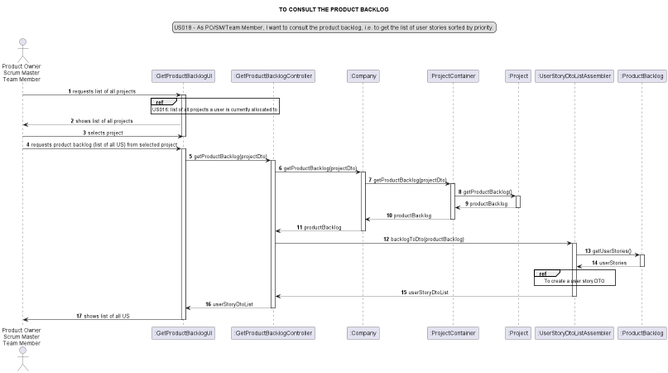
Loracline/project_switch_22-23 keeps this PlantUML diagram as docs/modelling_design/user_stories/sprint03/us018/US018_sequenceDiagram-TO_CONSULT_THE_PRODUCT_BACKLOG.png. Above is the earlier version.
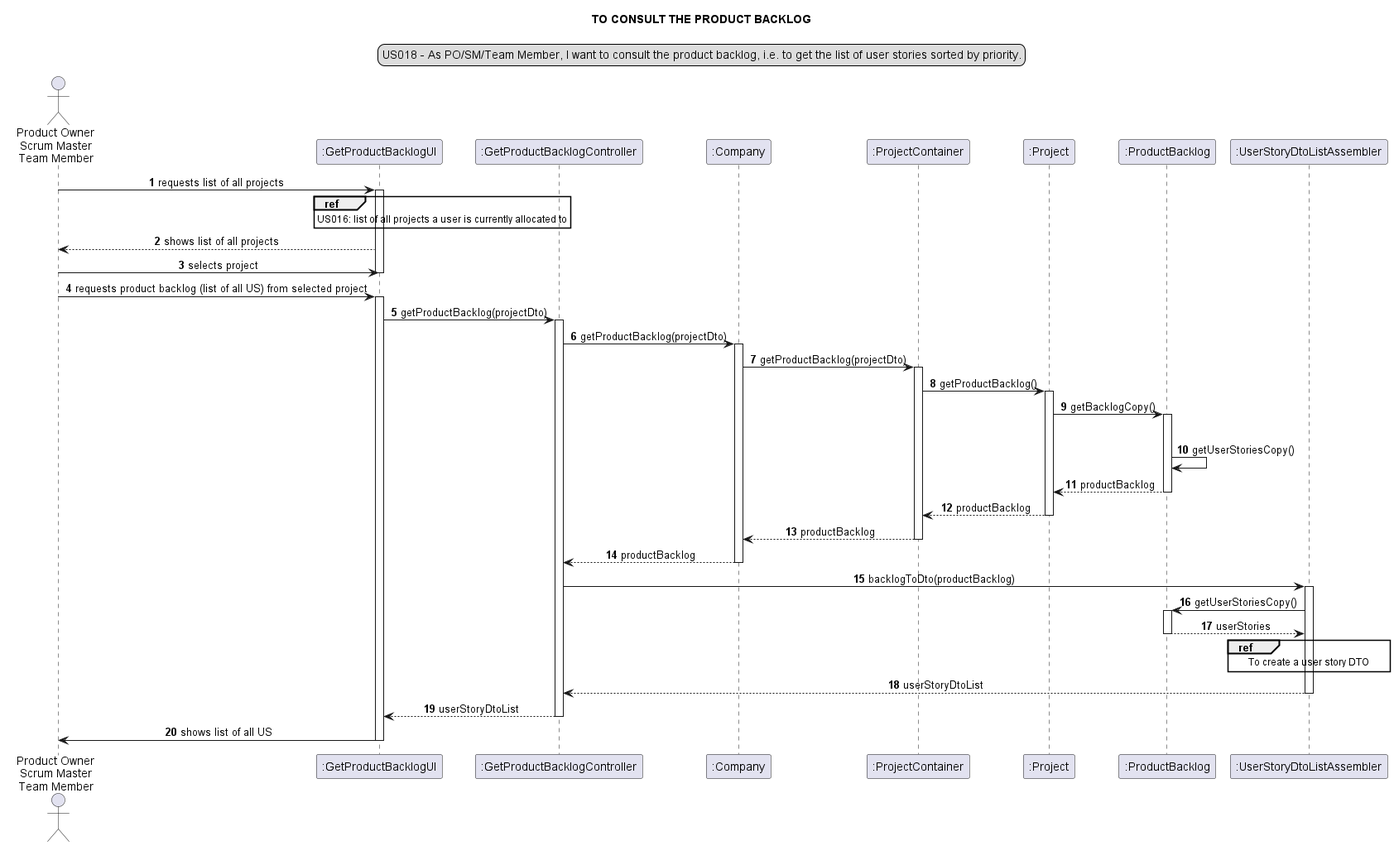
Above is the later version.

Commit message:
US018: Design: Updated sequence diagram (and png file), addresses #25

What changed in the source:
```diff
@@ -12,8 +12,8 @@
 participant ":Company" as company
 participant ":ProjectContainer" as container
 participant ":Project" as project
+participant ":ProductBacklog" as backlog
 participant ":UserStoryDtoListAssembler" as assembler
-participant ":ProductBacklog" as backlog
 
 
 actor -> ui: requests list of all projects
@@ -35,7 +35,14 @@
 
 container -> project: getProductBacklog()
 activate project
+project -> backlog: getBacklogCopy()
 
+loop for each user story in userStories
+activate backlog
+backlog -> backlog: getUserStoriesCopy()
+
+backlog --> project: productBacklog
+deactivate backlog
 
 project --> container: productBacklog
 deactivate project
@@ -45,7 +52,7 @@
 deactivate company
 controller -> assembler: backlogToDto(productBacklog)
 activate assembler
-assembler -> backlog: getUserStories()
+assembler -> backlog: getUserStoriesCopy()
 activate backlog
 backlog --> assembler: userStories
 deactivate backlog
```
